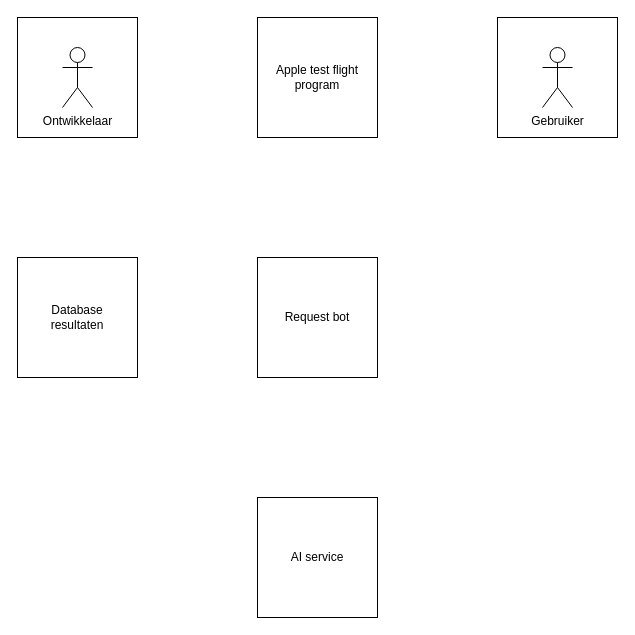
The draw.io diagram page "Test-Flight" (4 of 6) of cli app.drawio in luukvankooten/draw.io, before the edit. Source tidied: cells renumbered, new cells numbered last; positions are measured from the earlier drawing's top-left corner, leaving out a move shared by most shapes. Both pictures are drawn from the tidied source at 100%, with x=0, y=0 at pixel (17, 17).
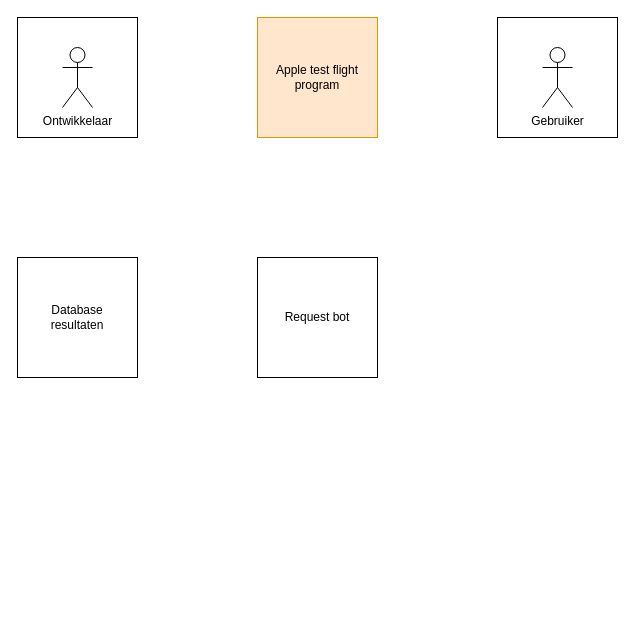
Above is the later version.

What changed in the source:
```diff
@@
 <mxGraphModel>
   <root>
     <mxCell id="0" />
     <mxCell id="1" parent="0" />
     <mxCell id="2" style="group;" parent="1" vertex="1">
       <mxGeometry width="120" height="120" as="geometry" />
     </mxCell>
     <mxCell id="3" style="whiteSpace=wrap;html=1;" parent="2" vertex="1">
       <mxGeometry width="120" height="120" as="geometry" />
     </mxCell>
     <mxCell id="4" value="Ontwikkelaar" style="shape=umlActor;verticalLabelPosition=bottom;verticalAlign=top;html=1;" parent="2" vertex="1">
       <mxGeometry x="45" y="30" width="30" height="60" as="geometry" />
     </mxCell>
-    <mxCell id="5" value="Apple test flight program" style="whiteSpace=wrap;html=1;" parent="1" vertex="1">
+    <mxCell id="5" value="Apple test flight program" style="whiteSpace=wrap;html=1;fillColor=#ffe6cc;strokeColor=#d79b00;" parent="1" vertex="1">
       <mxGeometry x="240" width="120" height="120" as="geometry" />
     </mxCell>
     <mxCell id="6" value="Request bot" style="whiteSpace=wrap;html=1;" parent="1" vertex="1">
       <mxGeometry x="240" y="240" width="120" height="120" as="geometry" />
     </mxCell>
     <mxCell id="7" style="group;" parent="1" vertex="1">
       <mxGeometry x="480" width="120" height="120" as="geometry" />
     </mxCell>
     <mxCell id="8" style="whiteSpace=wrap;html=1;" parent="7" vertex="1">
       <mxGeometry width="120" height="120" as="geometry" />
     </mxCell>
     <mxCell id="9" value="Gebruiker" style="shape=umlActor;verticalLabelPosition=bottom;verticalAlign=top;html=1;" parent="7" vertex="1">
       <mxGeometry x="45" y="30" width="30" height="60" as="geometry" />
     </mxCell>
-    <mxCell id="10" value="&lt;div&gt;AI service&lt;/div&gt;" style="whiteSpace=wrap;html=1;" parent="1" vertex="1">
-      <mxGeometry x="240" y="480" width="120" height="120" as="geometry" />
-    </mxCell>
     <mxCell id="11" value="&lt;div&gt;Database&lt;/div&gt;&lt;div&gt;resultaten&lt;br&gt;&lt;/div&gt;" style="whiteSpace=wrap;html=1;" parent="1" vertex="1">
       <mxGeometry y="240" width="120" height="120" as="geometry" />
     </mxCell>
   </root>
 </mxGraphModel>
```
